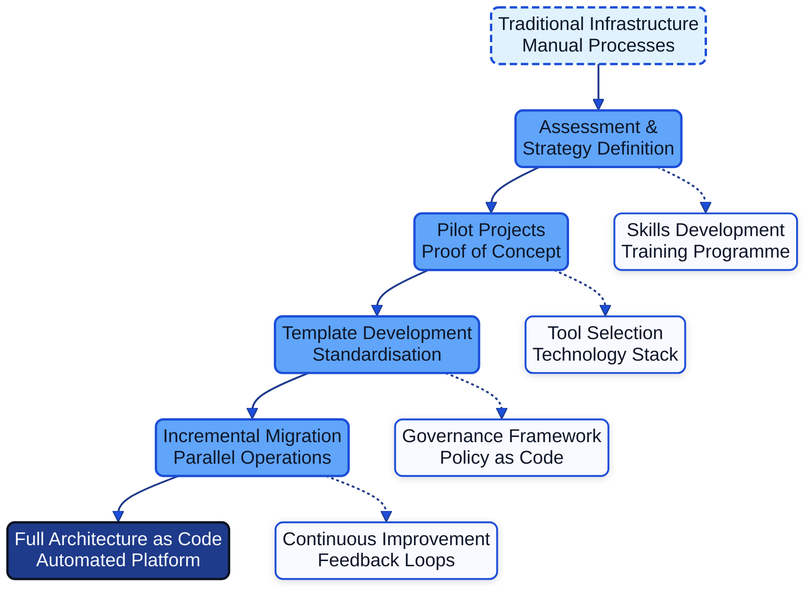
Earlier version of the Mermaid export docs/images/diagram_21_digitalisation_process.png (Geonitab/architecture_as_code). Its source is kept beside it as docs/images/diagram_21_digitalisation_process.mmd. Its diagram source:
```mermaid
graph TB
    A[Traditional Infrastructure<br/>Manual Processes]:::geon-muted --> B[Assessment &<br/>Strategy Definition]:::geon-highlight
    B --> C[Pilot Projects<br/>Proof of Concept]:::geon-highlight
    C --> D[Template Development<br/>Standardisation]:::geon-highlight
    D --> E[Incremental Migration<br/>Parallel Operations]:::geon-highlight
    E --> F[Full Architecture as Code<br/>Automated Platform]:::geon-primary

    B -.-> G[Skills Development<br/>Training Programme]:::geon-elevated
    C -.-> H[Tool Selection<br/>Technology Stack]:::geon-elevated
    D -.-> I[Governance Framework<br/>Policy as Code]:::geon-elevated
    E -.-> J[Continuous Improvement<br/>Feedback Loops]:::geon-elevated
```
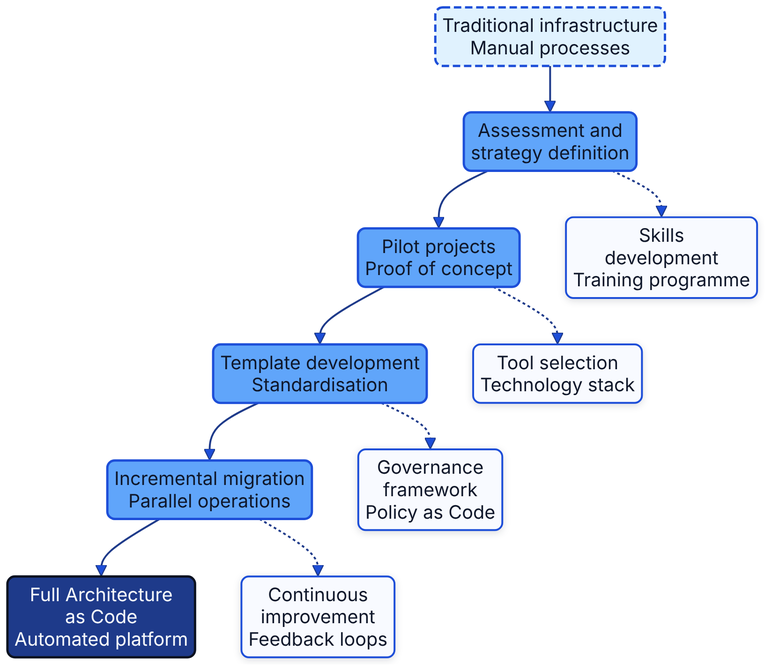
The same diagram one commit later.

The edit, as a diff of the source:
```diff
@@ -1,11 +1,11 @@
 graph TB
-    A[Traditional Infrastructure<br/>Manual Processes]:::geon-muted --> B[Assessment &<br/>Strategy Definition]:::geon-highlight
-    B --> C[Pilot Projects<br/>Proof of Concept]:::geon-highlight
-    C --> D[Template Development<br/>Standardisation]:::geon-highlight
-    D --> E[Incremental Migration<br/>Parallel Operations]:::geon-highlight
-    E --> F[Full Architecture as Code<br/>Automated Platform]:::geon-primary
+    A[Traditional infrastructure<br/>Manual processes]:::geon-muted --> B[Assessment and<br/>strategy definition]:::geon-highlight
+    B --> C[Pilot projects<br/>Proof of concept]:::geon-highlight
+    C --> D[Template development<br/>Standardisation]:::geon-highlight
+    D --> E[Incremental migration<br/>Parallel operations]:::geon-highlight
+    E --> F[Full Architecture<br/>as Code<br/>Automated platform]:::geon-primary
 
-    B -.-> G[Skills Development<br/>Training Programme]:::geon-elevated
-    C -.-> H[Tool Selection<br/>Technology Stack]:::geon-elevated
-    D -.-> I[Governance Framework<br/>Policy as Code]:::geon-elevated
-    E -.-> J[Continuous Improvement<br/>Feedback Loops]:::geon-elevated
+    B -.-> G[Skills<br/>development<br/>Training programme]:::geon-elevated
+    C -.-> H[Tool selection<br/>Technology stack]:::geon-elevated
+    D -.-> I[Governance<br/>framework<br/>Policy as Code]:::geon-elevated
+    E -.-> J[Continuous<br/>improvement<br/>Feedback loops]:::geon-elevated
```
